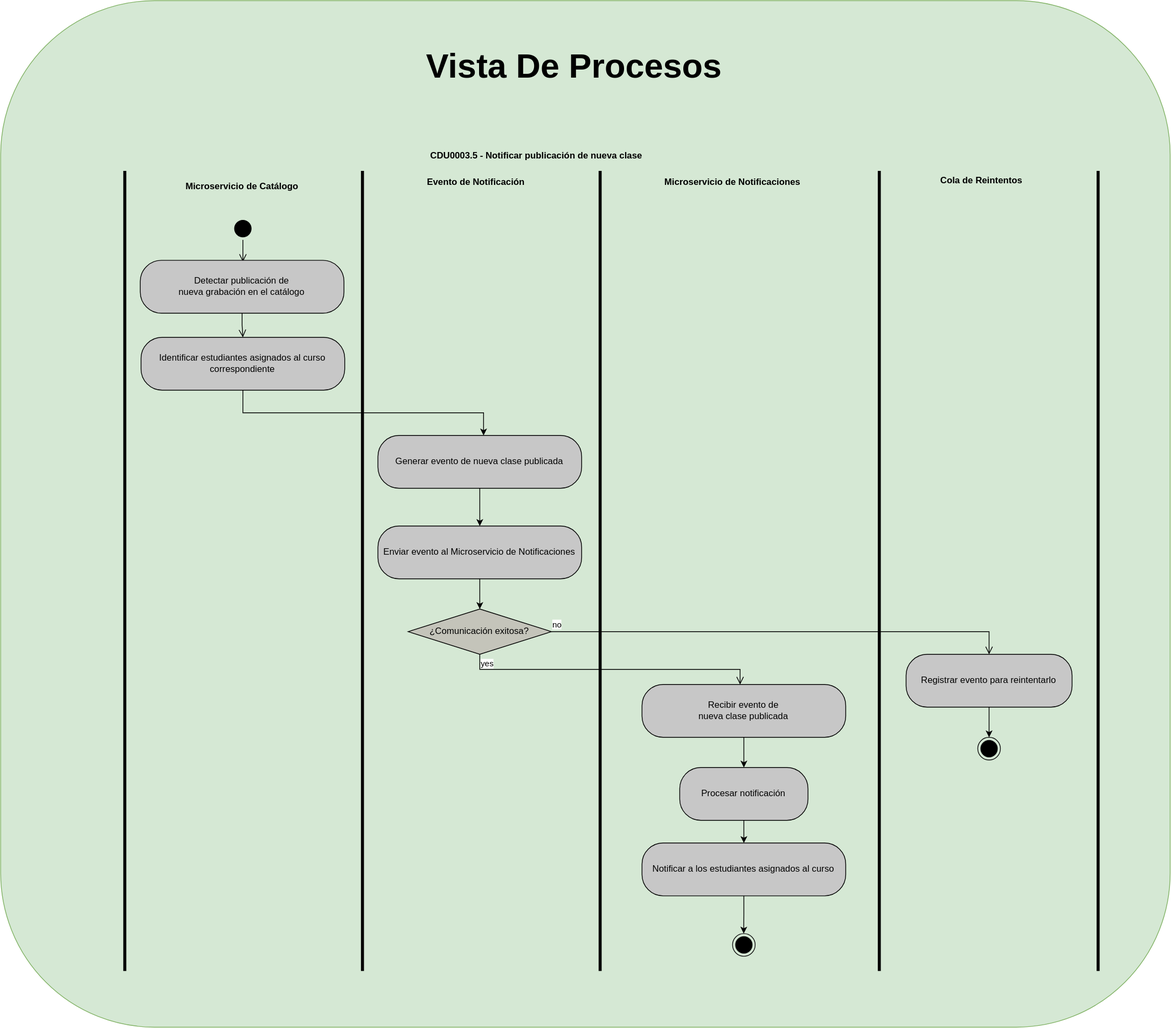
Earlier version of the draw.io export Documentacion/Vistas4+1/VistaProcesos_DiagramaActividades_202307691.drawio.svg (thanya-gate/SA_PROYECTO_202307691). Source tidied: cells renumbered, new cells last; positions are measured from the earlier drawing's top-left corner, leaving out a move shared by most shapes.
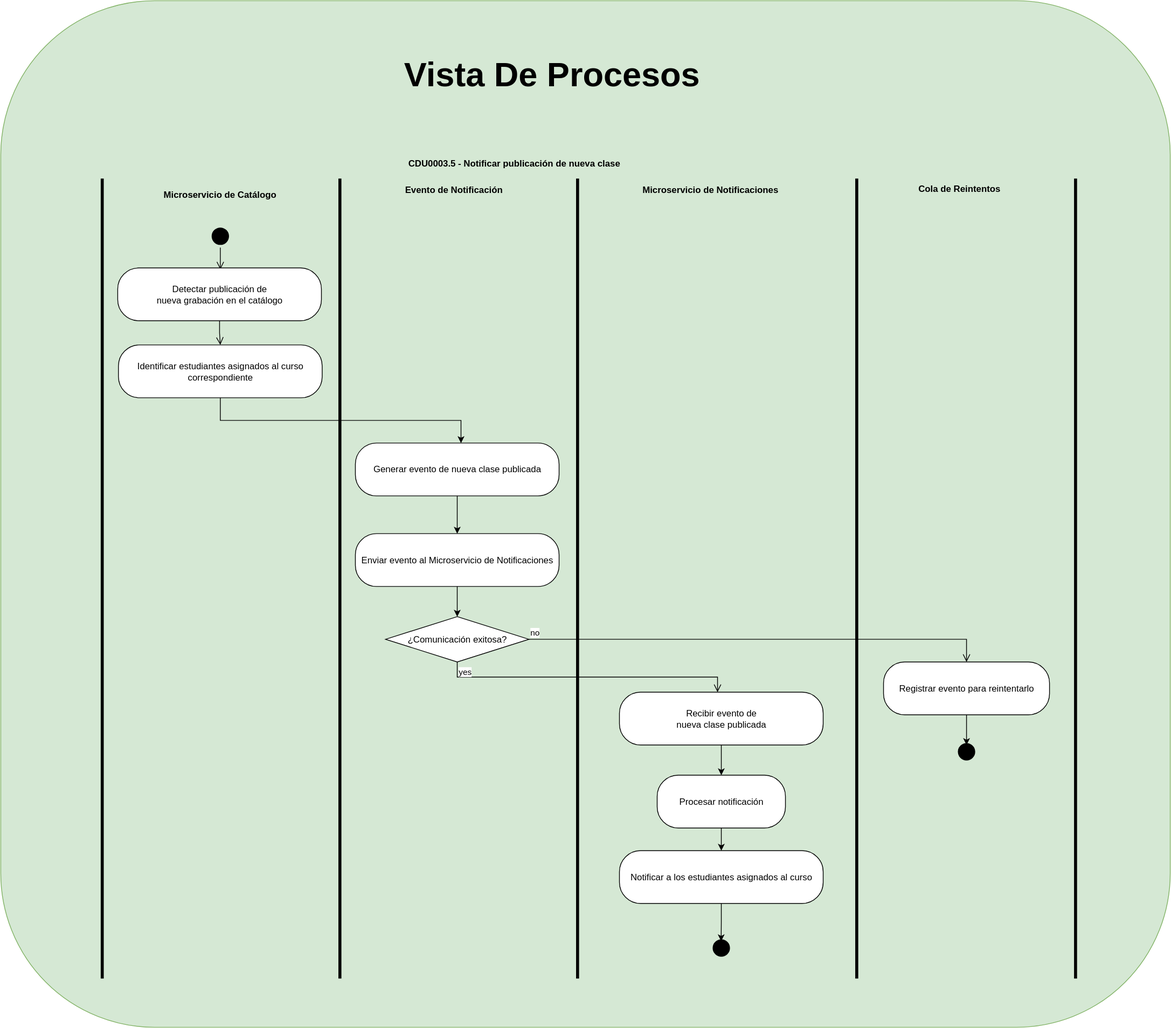
After the change.

The edit, as a diff of the source:
```diff
@@ -3,7 +3,7 @@
     <mxCell id="0" />
     <mxCell id="1" parent="0" />
     <mxCell id="2" style="rounded=1;whiteSpace=wrap;html=1;fillColor=#d5e8d4;strokeColor=#82b366;" parent="1" vertex="1">
-      <mxGeometry width="1550" height="1360" as="geometry" />
+      <mxGeometry x="30" y="-10" width="1550" height="1360" as="geometry" />
     </mxCell>
     <mxCell id="3" style="line;strokeWidth=4;direction=south;html=1;perimeter=backbonePerimeter;" parent="1" vertex="1">
       <mxGeometry x="790" y="226" width="10" height="1060" as="geometry" />
@@ -31,7 +31,7 @@
         <mxPoint x="321" y="346" as="targetPoint" />
       </mxGeometry>
     </mxCell>
-    <mxCell id="11" value="&lt;div&gt;Detectar publicación de&lt;/div&gt;&lt;div&gt;nueva grabación en el catálogo&lt;/div&gt;" style="rounded=1;whiteSpace=wrap;html=1;arcSize=40;fontColor=#000000;fillColor=light-dark(#c7c7c7, #1a1a00);strokeColor=#000000;fillStyle=auto;" parent="1" vertex="1">
+    <mxCell id="11" value="&lt;div&gt;Detectar publicación de&lt;/div&gt;&lt;div&gt;nueva grabación en el catálogo&lt;/div&gt;" style="rounded=1;whiteSpace=wrap;html=1;arcSize=40;fillStyle=auto;" parent="1" vertex="1">
       <mxGeometry x="185" y="344" width="270" height="70" as="geometry" />
     </mxCell>
     <mxCell id="12" style="edgeStyle=orthogonalEdgeStyle;html=1;verticalAlign=bottom;endArrow=open;endSize=8;strokeColor=#000000;rounded=0;" parent="1" edge="1" source="11">
@@ -44,22 +44,22 @@
         <mxPoint x="640" y="576" as="targetPoint" />
       </mxGeometry>
     </mxCell>
-    <mxCell id="14" value="Identificar estudiantes asignados al curso correspondiente" style="rounded=1;whiteSpace=wrap;html=1;arcSize=40;fontColor=#000000;fillColor=light-dark(#c7c7c7, #1a1a00);strokeColor=#000000;fillStyle=auto;" parent="1" vertex="1">
+    <mxCell id="14" value="Identificar estudiantes asignados al curso correspondiente" style="rounded=1;whiteSpace=wrap;html=1;arcSize=40;fillStyle=auto;" parent="1" vertex="1">
       <mxGeometry x="186" y="446" width="270" height="70" as="geometry" />
     </mxCell>
     <mxCell id="15" style="edgeStyle=orthogonalEdgeStyle;rounded=0;jettySize=auto;html=1;exitX=0.5;exitY=1;exitDx=0;exitDy=0;entryX=0.5;entryY=0;entryDx=0;entryDy=0;" parent="1" edge="1" source="16" target="18">
       <mxGeometry relative="1" as="geometry" />
     </mxCell>
-    <mxCell id="16" value="Generar evento de nueva clase publicada" style="rounded=1;whiteSpace=wrap;html=1;arcSize=40;fontColor=#000000;fillColor=light-dark(#c7c7c7, #1a1a00);strokeColor=#000000;fillStyle=auto;" parent="1" vertex="1">
+    <mxCell id="16" value="Generar evento de nueva clase publicada" style="rounded=1;whiteSpace=wrap;html=1;arcSize=40;fillStyle=auto;" parent="1" vertex="1">
       <mxGeometry x="500" y="576" width="270" height="70" as="geometry" />
     </mxCell>
     <mxCell id="17" style="edgeStyle=orthogonalEdgeStyle;rounded=0;jettySize=auto;html=1;exitX=0.5;exitY=1;exitDx=0;exitDy=0;entryX=0.5;entryY=0;entryDx=0;entryDy=0;" parent="1" edge="1" source="18" target="19">
       <mxGeometry relative="1" as="geometry" />
     </mxCell>
-    <mxCell id="18" value="Enviar evento al Microservicio de Notificaciones" style="rounded=1;whiteSpace=wrap;html=1;arcSize=40;fontColor=#000000;fillColor=light-dark(#c7c7c7, #1a1a00);strokeColor=#000000;fillStyle=auto;" parent="1" vertex="1">
+    <mxCell id="18" value="Enviar evento al Microservicio de Notificaciones" style="rounded=1;whiteSpace=wrap;html=1;arcSize=40;fillStyle=auto;" parent="1" vertex="1">
       <mxGeometry x="500" y="696" width="270" height="70" as="geometry" />
     </mxCell>
-    <mxCell id="19" value="¿Comunicación exitosa?" style="rhombus;whiteSpace=wrap;html=1;fontColor=#000000;fillColor=light-dark(#c4c4ba, #1a1a00);strokeColor=light-dark(#000000,#FF9090);" parent="1" vertex="1">
+    <mxCell id="19" value="¿Comunicación exitosa?" style="rhombus;whiteSpace=wrap;html=1;" parent="1" vertex="1">
       <mxGeometry x="540" y="806" width="190" height="60" as="geometry" />
     </mxCell>
     <mxCell id="20" value="no" style="edgeStyle=orthogonalEdgeStyle;html=1;align=left;verticalAlign=bottom;endArrow=open;endSize=8;strokeColor=light-dark(#000000,#FF9090);rounded=0;entryX=0.5;entryY=0;entryDx=0;entryDy=0;" parent="1" edge="1" source="19" target="23">
@@ -74,25 +74,24 @@
         </Array>
       </mxGeometry>
     </mxCell>
-    <mxCell id="22" style="edgeStyle=orthogonalEdgeStyle;rounded=0;jettySize=auto;html=1;exitX=0.5;exitY=1;exitDx=0;exitDy=0;entryX=0.5;entryY=0;entryDx=0;entryDy=0;" parent="1" edge="1" source="23" target="24">
-      <mxGeometry relative="1" as="geometry" />
+    <mxCell id="22" style="edgeStyle=orthogonalEdgeStyle;rounded=0;jettySize=auto;html=1;exitX=0.5;exitY=1;exitDx=0;exitDy=0;entryX=0.5;entryY=0;entryDx=0;entryDy=0;" parent="1" edge="1" source="23">
+      <mxGeometry relative="1" as="geometry">
+        <mxPoint x="1310" y="976" as="targetPoint" />
+      </mxGeometry>
     </mxCell>
-    <mxCell id="23" value="Registrar evento para reintentarlo" style="rounded=1;whiteSpace=wrap;html=1;arcSize=40;fontColor=#000000;fillColor=light-dark(#c7c7c7, #1a1a00);strokeColor=#000000;fillStyle=auto;" parent="1" vertex="1">
+    <mxCell id="23" value="Registrar evento para reintentarlo" style="rounded=1;whiteSpace=wrap;html=1;arcSize=40;fillStyle=auto;" parent="1" vertex="1">
       <mxGeometry x="1200" y="866" width="220" height="70" as="geometry" />
     </mxCell>
-    <mxCell id="24" style="ellipse;html=1;shape=endState;fillColor=#000000;strokeColor=light-dark(#0d0d0d, #ff9090);" parent="1" vertex="1">
-      <mxGeometry x="1295" y="976" width="30" height="30" as="geometry" />
-    </mxCell>
     <mxCell id="25" style="edgeStyle=orthogonalEdgeStyle;rounded=0;jettySize=auto;html=1;exitX=0.5;exitY=1;exitDx=0;exitDy=0;entryX=0.5;entryY=0;entryDx=0;entryDy=0;" parent="1" edge="1" source="26" target="30">
       <mxGeometry relative="1" as="geometry" />
     </mxCell>
-    <mxCell id="26" value="Procesar notificación" style="rounded=1;whiteSpace=wrap;html=1;arcSize=40;fontColor=#000000;fillColor=light-dark(#c7c7c7, #1a1a00);strokeColor=#000000;fillStyle=auto;" parent="1" vertex="1">
+    <mxCell id="26" value="Procesar notificación" style="rounded=1;whiteSpace=wrap;html=1;arcSize=40;fillStyle=auto;" parent="1" vertex="1">
       <mxGeometry x="900" y="1016" width="170" height="70" as="geometry" />
     </mxCell>
     <mxCell id="27" style="edgeStyle=orthogonalEdgeStyle;rounded=0;jettySize=auto;html=1;exitX=0.5;exitY=1;exitDx=0;exitDy=0;entryX=0.5;entryY=0;entryDx=0;entryDy=0;" parent="1" edge="1" source="28" target="26">
       <mxGeometry relative="1" as="geometry" />
     </mxCell>
-    <mxCell id="28" value="&lt;div&gt;Recibir evento de&lt;/div&gt;&lt;div&gt;nueva clase publicada&lt;/div&gt;" style="rounded=1;whiteSpace=wrap;html=1;arcSize=40;fontColor=#000000;fillColor=light-dark(#c7c7c7, #1a1a00);strokeColor=#000000;fillStyle=auto;" parent="1" vertex="1">
+    <mxCell id="28" value="&lt;div&gt;Recibir evento de&lt;/div&gt;&lt;div&gt;nueva clase publicada&lt;/div&gt;" style="rounded=1;whiteSpace=wrap;html=1;arcSize=40;fillStyle=auto;" parent="1" vertex="1">
       <mxGeometry x="850" y="906" width="270" height="70" as="geometry" />
     </mxCell>
     <mxCell id="29" style="edgeStyle=orthogonalEdgeStyle;rounded=0;jettySize=auto;html=1;exitX=0.5;exitY=1;exitDx=0;exitDy=0;" parent="1" edge="1" source="30">
@@ -100,7 +99,7 @@
         <mxPoint x="984.8" y="1236" as="targetPoint" />
       </mxGeometry>
     </mxCell>
-    <mxCell id="30" value="&lt;div&gt;Notificar a los estudiantes asignados al curso&lt;/div&gt;" style="rounded=1;whiteSpace=wrap;html=1;arcSize=40;fontColor=#000000;fillColor=light-dark(#c7c7c7, #1a1a00);strokeColor=#000000;fillStyle=auto;" parent="1" vertex="1">
+    <mxCell id="30" value="&lt;div&gt;Notificar a los estudiantes asignados al curso&lt;/div&gt;" style="rounded=1;whiteSpace=wrap;html=1;arcSize=40;fillStyle=auto;" parent="1" vertex="1">
       <mxGeometry x="850" y="1116" width="270" height="70" as="geometry" />
     </mxCell>
     <mxCell id="31" style="line;strokeWidth=4;direction=south;html=1;perimeter=backbonePerimeter;" parent="1" vertex="1">
@@ -115,11 +114,14 @@
     <mxCell id="34" style="line;strokeWidth=4;direction=south;html=1;perimeter=backbonePerimeter;" parent="1" vertex="1">
       <mxGeometry x="1450" y="226" width="10" height="1060" as="geometry" />
     </mxCell>
-    <mxCell id="35" style="ellipse;html=1;shape=endState;fillColor=#000000;strokeColor=light-dark(#0d0d0d, #ff9090);" parent="1" vertex="1">
-      <mxGeometry x="970" y="1236" width="30" height="30" as="geometry" />
-    </mxCell>
     <mxCell id="36" value="Vista De Procesos" style="text;align=center;fontStyle=1;verticalAlign=middle;spacingLeft=3;spacingRight=3;strokeColor=none;html=1;fontSize=45;" parent="1" vertex="1">
       <mxGeometry x="720" y="74" width="80" height="26" as="geometry" />
     </mxCell>
+    <mxCell id="37" style="ellipse;html=1;shape=startState;fillColor=#000000;strokeColor=#000000;" parent="1" vertex="1">
+      <mxGeometry x="970" y="1230" width="30" height="30" as="geometry" />
+    </mxCell>
+    <mxCell id="38" style="ellipse;html=1;shape=startState;fillColor=#000000;strokeColor=#000000;" parent="1" vertex="1">
+      <mxGeometry x="1295" y="970" width="30" height="30" as="geometry" />
+    </mxCell>
   </root>
 </mxGraphModel>
```
